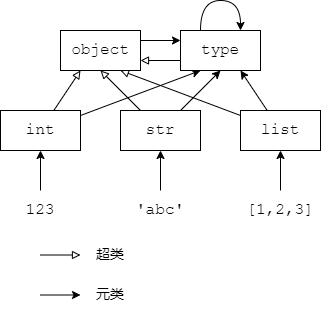
Earlier version of the draw.io export assets/images/python-note-ch09-magic-methods-properties-and-iterators/超类和元类.png (ZZy979/zzy979.github.io). Source tidied: cells renumbered, new cells last; positions are measured from the earlier drawing's top-left corner, leaving out a move shared by most shapes.
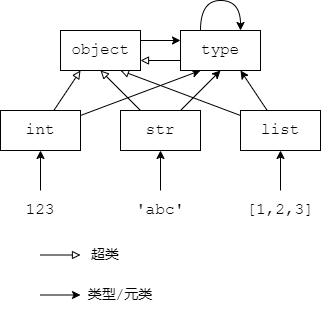
Later version of the same file.

What changed in the source:
```diff
@@ -79,11 +79,11 @@
         <mxPoint x="80" y="254.5" as="targetPoint" />
       </mxGeometry>
     </mxCell>
-    <mxCell id="24" value="元类" style="text;html=1;align=center;verticalAlign=middle;whiteSpace=wrap;rounded=0;fontFamily=Courier New;fontSize=14;" parent="1" vertex="1">
-      <mxGeometry x="80" y="280" width="60" height="30" as="geometry" />
+    <mxCell id="24" value="类型/元类" style="text;html=1;align=center;verticalAlign=middle;whiteSpace=wrap;rounded=0;fontFamily=Courier New;fontSize=14;" parent="1" vertex="1">
+      <mxGeometry x="80" y="280" width="80" height="30" as="geometry" />
     </mxCell>
     <mxCell id="25" value="超类" style="text;html=1;align=center;verticalAlign=middle;whiteSpace=wrap;rounded=0;fontFamily=Courier New;fontSize=14;" parent="1" vertex="1">
-      <mxGeometry x="80" y="240" width="60" height="30" as="geometry" />
+      <mxGeometry x="80" y="240" width="50" height="30" as="geometry" />
     </mxCell>
   </root>
 </mxGraphModel>
```
